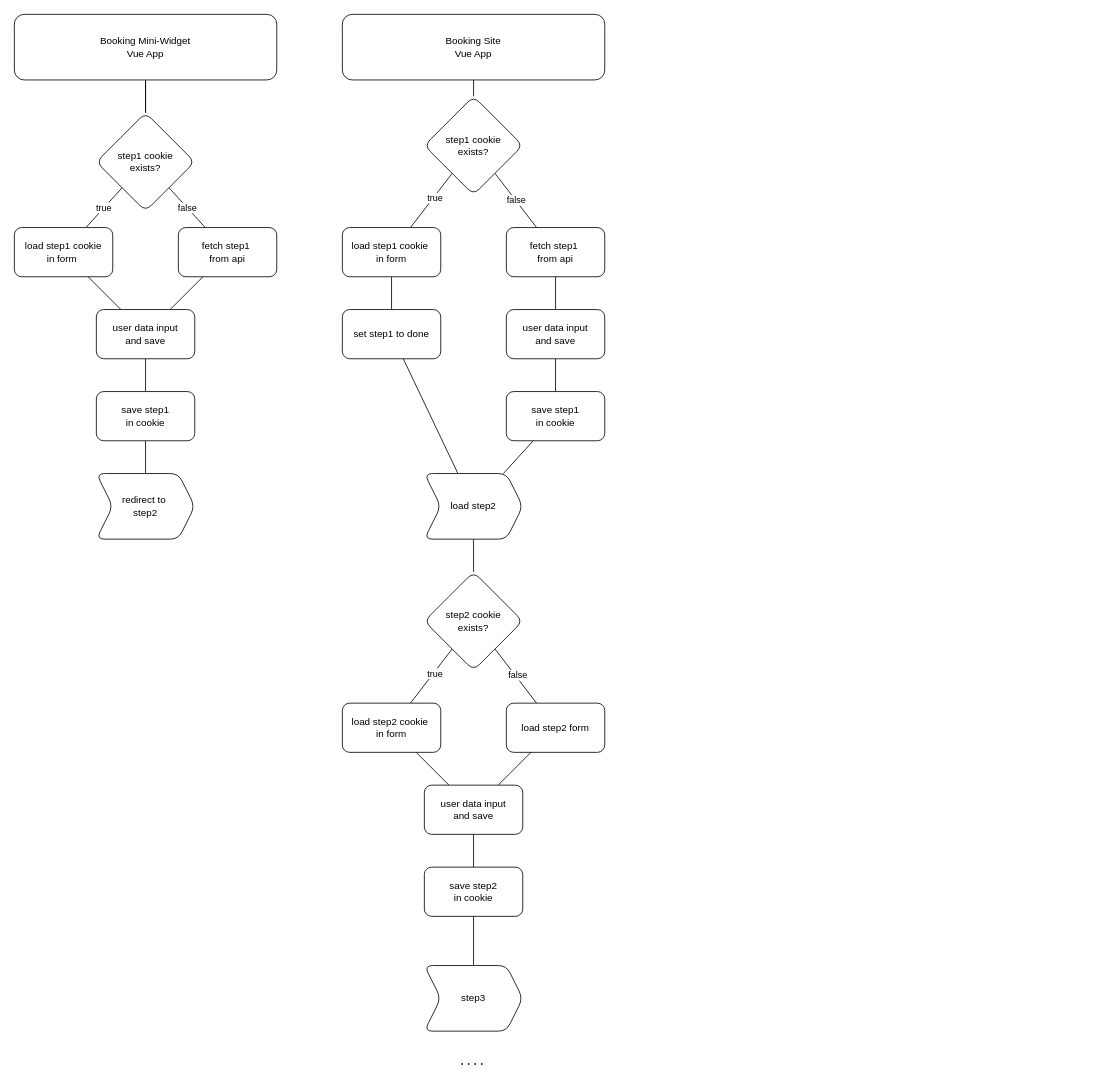
Earlier version of the draw.io diagram Arctic Campers.drawio (eugenregehr/diagrams). Source tidied: cells renumbered, new cells numbered last; positions are measured from the earlier drawing's top-left corner, leaving out a move shared by most shapes. Both pictures are drawn from the tidied source at 82%, with x=0, y=0 at pixel (14, 14).
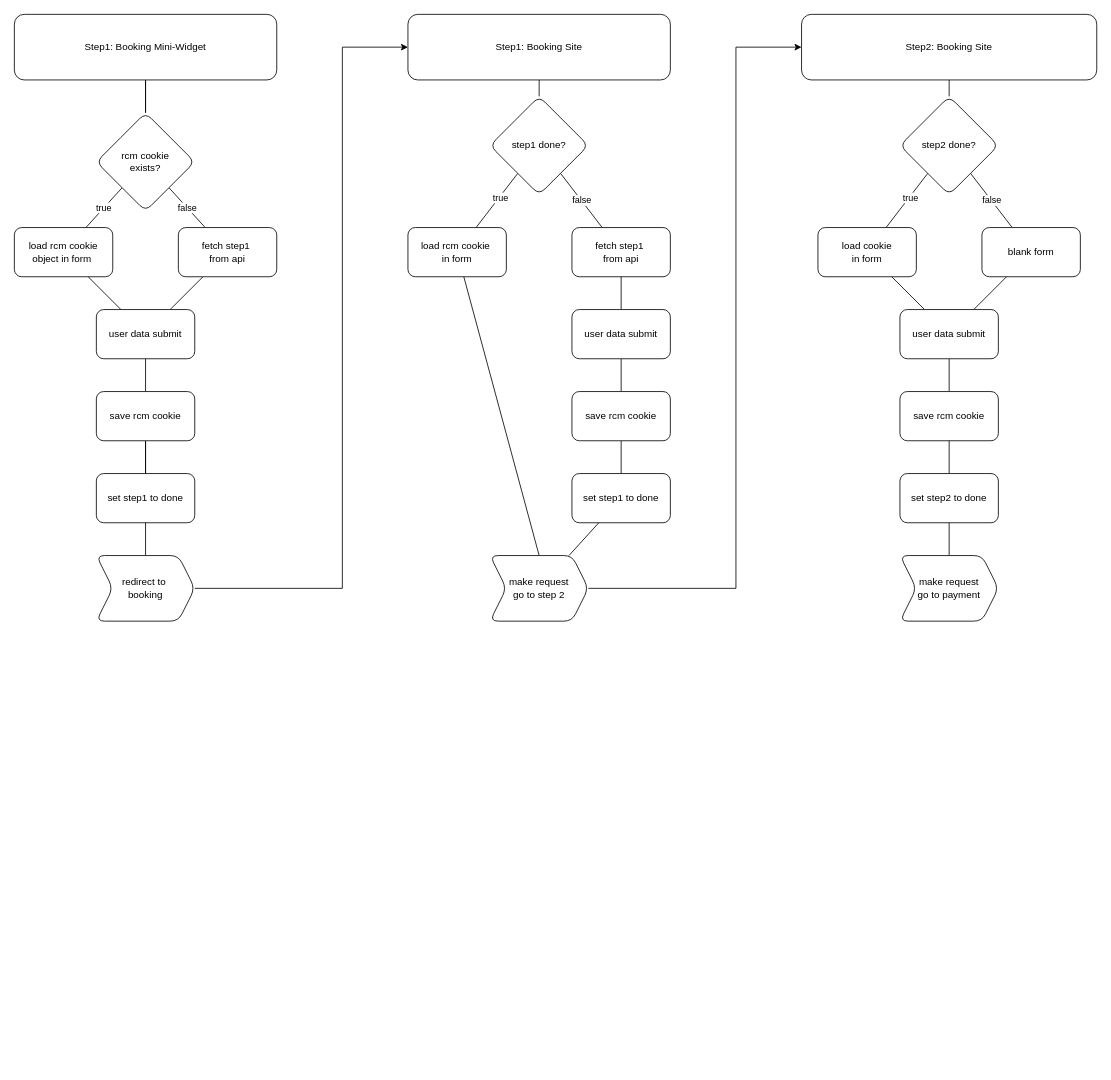
The same diagram, later.

Change to the diagram source:
```diff
@@
-    <mxCell id="4" value="Booking Mini-Widget&lt;br&gt;Vue App" style="rounded=1;whiteSpace=wrap;html=1;" parent="1" vertex="1">
+    <mxCell id="4" value="Step1: Booking Mini-Widget" style="rounded=1;whiteSpace=wrap;html=1;" parent="1" vertex="1">
       <mxGeometry width="320" height="80" as="geometry" />
     </mxCell>
-    <mxCell id="5" style="edgeStyle=none;rounded=0;jettySize=auto;html=1;endArrow=none;endFill=0;strokeColor=default;" parent="1" edge="1" source="6" target="10">
+    <mxCell id="5" style="edgeStyle=none;rounded=0;jettySize=auto;html=1;endArrow=none;endFill=0;strokeColor=default;labelBackgroundColor=default;fontColor=default;" parent="1" edge="1" source="6" target="10">
       <mxGeometry relative="1" as="geometry" />
     </mxCell>
-    <mxCell id="6" value="Booking Site&lt;br&gt;Vue App" style="rounded=1;whiteSpace=wrap;html=1;" parent="1" vertex="1">
-      <mxGeometry x="400" width="320" height="80" as="geometry" />
+    <mxCell id="6" value="Step1: Booking Site" style="rounded=1;whiteSpace=wrap;html=1;labelBackgroundColor=default;fontColor=default;" parent="1" vertex="1">
+      <mxGeometry x="480" width="320" height="80" as="geometry" />
     </mxCell>
-    <mxCell id="7" value="false" style="edgeStyle=none;rounded=0;jettySize=auto;html=1;endArrow=none;endFill=0;strokeColor=default;" parent="1" edge="1" source="10" target="14">
+    <mxCell id="7" value="false" style="edgeStyle=none;rounded=0;jettySize=auto;html=1;endArrow=none;endFill=0;strokeColor=default;labelBackgroundColor=default;fontColor=default;" parent="1" edge="1" source="10" target="14">
       <mxGeometry relative="1" as="geometry" />
     </mxCell>
-    <mxCell id="8" style="edgeStyle=none;rounded=0;jettySize=auto;html=1;endArrow=none;endFill=0;strokeColor=default;" parent="1" edge="1" source="10" target="16">
+    <mxCell id="8" style="edgeStyle=none;rounded=0;jettySize=auto;html=1;endArrow=none;endFill=0;strokeColor=default;labelBackgroundColor=default;fontColor=default;" parent="1" edge="1" source="10" target="16">
       <mxGeometry relative="1" as="geometry" />
     </mxCell>
-    <mxCell id="9" value="true" style="edgeLabel;html=1;align=center;verticalAlign=middle;" parent="8" vertex="1">
+    <mxCell id="9" value="true" style="edgeLabel;html=1;align=center;verticalAlign=middle;labelBackgroundColor=default;fontColor=default;" parent="8" vertex="1">
       <mxGeometry x="-0.14" y="1" relative="1" as="geometry" />
     </mxCell>
-    <mxCell id="10" value="step1 cookie&lt;br&gt;exists?" style="rhombus;whiteSpace=wrap;html=1;rounded=1;" parent="1" vertex="1">
-      <mxGeometry x="500" y="100" width="120" height="120" as="geometry" />
+    <mxCell id="10" value="step1 done?" style="rhombus;whiteSpace=wrap;html=1;rounded=1;labelBackgroundColor=default;fontColor=default;" parent="1" vertex="1">
+      <mxGeometry x="580" y="100" width="120" height="120" as="geometry" />
     </mxCell>
@@
-    <mxCell id="13" value="step1 cookie&lt;br&gt;exists?" style="rhombus;whiteSpace=wrap;html=1;rounded=1;" parent="1" vertex="1">
+    <mxCell id="13" value="rcm cookie&lt;br&gt;exists?" style="rhombus;whiteSpace=wrap;html=1;rounded=1;" parent="1" vertex="1">
       <mxGeometry x="100" y="120" width="120" height="120" as="geometry" />
     </mxCell>
-    <mxCell id="14" value="&lt;span&gt;fetch step1&amp;nbsp;&lt;/span&gt;&lt;br&gt;&lt;span&gt;from api&lt;/span&gt;" style="whiteSpace=wrap;html=1;rounded=1;" parent="1" vertex="1">
-      <mxGeometry x="600" y="260" width="120" height="60" as="geometry" />
+    <mxCell id="14" value="&lt;span&gt;fetch step1&amp;nbsp;&lt;/span&gt;&lt;br&gt;&lt;span&gt;from api&lt;/span&gt;" style="whiteSpace=wrap;html=1;rounded=1;labelBackgroundColor=default;fontColor=default;" parent="1" vertex="1">
+      <mxGeometry x="680" y="260" width="120" height="60" as="geometry" />
     </mxCell>
-    <mxCell id="15" style="edgeStyle=none;rounded=0;jettySize=auto;html=1;endArrow=none;endFill=0;strokeColor=default;" parent="1" edge="1" source="16" target="30">
+    <mxCell id="15" style="edgeStyle=none;rounded=0;jettySize=auto;html=1;endArrow=none;endFill=0;strokeColor=default;labelBackgroundColor=default;fontColor=default;entryX=0.5;entryY=0;entryDx=0;entryDy=0;" parent="1" edge="1" source="16" target="34">
       <mxGeometry relative="1" as="geometry" />
     </mxCell>
-    <mxCell id="16" value="load step1 cookie&amp;nbsp;&lt;br&gt;in form" style="whiteSpace=wrap;html=1;rounded=1;" parent="1" vertex="1">
-      <mxGeometry x="400" y="260" width="120" height="60" as="geometry" />
+    <mxCell id="16" value="load rcm cookie&amp;nbsp;&lt;br&gt;in form" style="whiteSpace=wrap;html=1;rounded=1;labelBackgroundColor=default;fontColor=default;fillColor=default;strokeColor=default;" parent="1" vertex="1">
+      <mxGeometry x="480" y="260" width="120" height="60" as="geometry" />
     </mxCell>
@@
-    <mxCell id="19" value="load step1 cookie&lt;br&gt;in form&amp;nbsp;" style="whiteSpace=wrap;html=1;rounded=1;" parent="1" vertex="1">
+    <mxCell id="19" value="load rcm cookie&lt;br&gt;object in form&amp;nbsp;" style="whiteSpace=wrap;html=1;rounded=1;" parent="1" vertex="1">
       <mxGeometry y="260" width="120" height="60" as="geometry" />
     </mxCell>
@@
-    <mxCell id="22" value="user data input&lt;br&gt;and save" style="whiteSpace=wrap;html=1;rounded=1;" parent="1" vertex="1">
+    <mxCell id="22" value="user data&amp;nbsp;submit" style="whiteSpace=wrap;html=1;rounded=1;" parent="1" vertex="1">
       <mxGeometry x="100" y="360" width="120" height="60" as="geometry" />
     </mxCell>
-    <mxCell id="23" style="edgeStyle=none;rounded=0;jettySize=auto;html=1;endArrow=none;endFill=0;strokeColor=default;" parent="1" edge="1" source="24" target="25">
+    <mxCell id="23" style="edgeStyle=none;rounded=0;jettySize=auto;html=1;endArrow=none;endFill=0;strokeColor=default;labelBackgroundColor=default;fontColor=default;" parent="1" edge="1" source="24" target="25">
       <mxGeometry relative="1" as="geometry" />
     </mxCell>
+    <mxCell id="50" style="edgeStyle=orthogonalEdgeStyle;rounded=0;jettySize=auto;html=1;labelBackgroundColor=default;fontColor=default;endArrow=none;endFill=0;strokeColor=default;" parent="1" edge="1" source="24" target="60">
+      <mxGeometry relative="1" as="geometry" />
+    </mxCell>
-    <mxCell id="24" value="save step1 &lt;br&gt;in cookie" style="whiteSpace=wrap;html=1;rounded=1;" parent="1" vertex="1">
+    <mxCell id="24" value="save rcm&amp;nbsp;cookie" style="whiteSpace=wrap;html=1;rounded=1;fillColor=default;strokeColor=default;fontColor=default;" parent="1" vertex="1">
       <mxGeometry x="100" y="460" width="120" height="60" as="geometry" />
     </mxCell>
+    <mxCell id="51" style="rounded=0;jettySize=auto;html=1;labelBackgroundColor=default;fontColor=default;endArrow=classic;endFill=1;strokeColor=default;edgeStyle=orthogonalEdgeStyle;" parent="1" edge="1" source="25" target="6">
+      <mxGeometry relative="1" as="geometry">
+        <Array as="points">
+          <mxPoint x="400" y="700" />
+          <mxPoint x="400" y="40" />
+        </Array>
+      </mxGeometry>
+    </mxCell>
-    <mxCell id="25" value="redirect to&amp;nbsp;&lt;br&gt;step2" style="shape=step;perimeter=stepPerimeter;whiteSpace=wrap;html=1;fixedSize=1;rounded=1;" parent="1" vertex="1">
-      <mxGeometry x="100" y="560" width="120" height="80" as="geometry" />
+    <mxCell id="25" value="redirect to&amp;nbsp;&lt;br&gt;booking" style="shape=step;perimeter=stepPerimeter;whiteSpace=wrap;html=1;fixedSize=1;rounded=1;fillColor=default;strokeColor=default;fontColor=default;" parent="1" vertex="1">
+      <mxGeometry x="100" y="660" width="120" height="80" as="geometry" />
     </mxCell>
-    <mxCell id="26" style="edgeStyle=none;rounded=0;jettySize=auto;html=1;endArrow=none;endFill=0;strokeColor=default;" parent="1" edge="1" source="28" target="14">
+    <mxCell id="26" style="edgeStyle=none;rounded=0;jettySize=auto;html=1;endArrow=none;endFill=0;strokeColor=default;labelBackgroundColor=default;fontColor=default;" parent="1" edge="1" source="28" target="14">
       <mxGeometry relative="1" as="geometry" />
     </mxCell>
-    <mxCell id="27" style="edgeStyle=none;rounded=0;jettySize=auto;html=1;endArrow=none;endFill=0;strokeColor=default;" parent="1" edge="1" source="28" target="31">
+    <mxCell id="27" style="edgeStyle=none;rounded=0;jettySize=auto;html=1;endArrow=none;endFill=0;strokeColor=default;labelBackgroundColor=default;fontColor=default;" parent="1" edge="1" source="28" target="31">
       <mxGeometry relative="1" as="geometry" />
     </mxCell>
-    <mxCell id="28" value="user data input&lt;br&gt;and save" style="whiteSpace=wrap;html=1;rounded=1;" parent="1" vertex="1">
-      <mxGeometry x="600" y="360" width="120" height="60" as="geometry" />
+    <mxCell id="28" value="user data&amp;nbsp;submit" style="whiteSpace=wrap;html=1;rounded=1;labelBackgroundColor=default;fontColor=default;" parent="1" vertex="1">
+      <mxGeometry x="680" y="360" width="120" height="60" as="geometry" />
     </mxCell>
-    <mxCell id="29" style="edgeStyle=none;rounded=0;jettySize=auto;html=1;endArrow=none;endFill=0;strokeColor=default;" parent="1" edge="1" source="30" target="34">
+    <mxCell id="29" style="edgeStyle=none;rounded=0;jettySize=auto;html=1;endArrow=none;endFill=0;strokeColor=default;labelBackgroundColor=default;fontColor=default;" parent="1" edge="1" source="30" target="34">
       <mxGeometry relative="1" as="geometry" />
     </mxCell>
-    <mxCell id="30" value="set step1 to done" style="whiteSpace=wrap;html=1;rounded=1;" parent="1" vertex="1">
-      <mxGeometry x="400" y="360" width="120" height="60" as="geometry" />
+    <mxCell id="30" value="set step1 to done" style="whiteSpace=wrap;html=1;rounded=1;fillColor=default;strokeColor=default;fontColor=default;labelBackgroundColor=default;" parent="1" vertex="1">
+      <mxGeometry x="680" y="560" width="120" height="60" as="geometry" />
     </mxCell>
+    <mxCell id="52" style="rounded=0;jettySize=auto;html=1;labelBackgroundColor=default;fontColor=default;strokeColor=default;endArrow=none;endFill=0;" parent="1" edge="1" source="31" target="30">
+      <mxGeometry relative="1" as="geometry" />
+    </mxCell>
-    <mxCell id="31" value="save step1 &lt;br&gt;in cookie" style="whiteSpace=wrap;html=1;rounded=1;" parent="1" vertex="1">
-      <mxGeometry x="600" y="460" width="120" height="60" as="geometry" />
+    <mxCell id="31" value="save rcm&amp;nbsp;cookie" style="whiteSpace=wrap;html=1;rounded=1;fillColor=default;strokeColor=default;fontColor=default;labelBackgroundColor=default;" parent="1" vertex="1">
+      <mxGeometry x="680" y="460" width="120" height="60" as="geometry" />
     </mxCell>
-    <mxCell id="32" style="edgeStyle=none;rounded=0;jettySize=auto;html=1;endArrow=none;endFill=0;strokeColor=default;" parent="1" edge="1" source="34" target="31">
-      <mxGeometry relative="1" as="geometry" />
-    </mxCell>
-    <mxCell id="33" style="edgeStyle=none;rounded=0;jettySize=auto;html=1;endArrow=none;endFill=0;strokeColor=default;" parent="1" edge="1" source="34" target="39">
-      <mxGeometry relative="1" as="geometry" />
-    </mxCell>
+    <mxCell id="53" style="edgeStyle=orthogonalEdgeStyle;rounded=0;jettySize=auto;html=1;labelBackgroundColor=default;fontColor=default;endArrow=classic;endFill=1;strokeColor=default;" parent="1" edge="1" source="34" target="61">
+      <mxGeometry relative="1" as="geometry">
+        <Array as="points">
+          <mxPoint x="880" y="700" />
+          <mxPoint x="880" y="40" />
+        </Array>
+      </mxGeometry>
+    </mxCell>
-    <mxCell id="34" value="load step2" style="shape=step;perimeter=stepPerimeter;whiteSpace=wrap;html=1;fixedSize=1;rounded=1;" parent="1" vertex="1">
-      <mxGeometry x="500" y="560" width="120" height="80" as="geometry" />
+    <mxCell id="34" value="make request&lt;br&gt;go to step 2" style="shape=step;perimeter=stepPerimeter;whiteSpace=wrap;html=1;fixedSize=1;rounded=1;fillColor=default;strokeColor=default;fontColor=default;labelBackgroundColor=default;" parent="1" vertex="1">
+      <mxGeometry x="580" y="660" width="120" height="80" as="geometry" />
     </mxCell>
-    <mxCell id="35" style="edgeStyle=none;rounded=0;jettySize=auto;html=1;endArrow=none;endFill=0;strokeColor=default;" parent="1" edge="1" source="39" target="42">
-      <mxGeometry relative="1" as="geometry" />
-    </mxCell>
+    <mxCell id="38" value="false" style="edgeStyle=none;rounded=0;jettySize=auto;html=1;endArrow=none;endFill=0;strokeColor=default;labelBackgroundColor=default;fontColor=default;" parent="1" edge="1" source="56" target="57">
+      <mxGeometry relative="1" as="geometry" />
+    </mxCell>
+    <mxCell id="54" style="edgeStyle=none;rounded=0;jettySize=auto;html=1;endArrow=none;endFill=0;strokeColor=default;labelBackgroundColor=default;fontColor=default;" parent="1" edge="1" source="56" target="59">
+      <mxGeometry relative="1" as="geometry" />
+    </mxCell>
-    <mxCell id="36" value="true" style="edgeLabel;html=1;align=center;verticalAlign=middle;" parent="35" vertex="1">
-      <mxGeometry x="-0.11" y="1" relative="1" as="geometry" />
+    <mxCell id="36" value="true" style="edgeLabel;html=1;align=center;verticalAlign=middle;labelBackgroundColor=default;fontColor=default;" parent="54" vertex="1">
+      <mxGeometry x="-0.14" y="1" relative="1" as="geometry" />
     </mxCell>
-    <mxCell id="37" style="edgeStyle=none;rounded=0;jettySize=auto;html=1;endArrow=none;endFill=0;strokeColor=default;" parent="1" edge="1" source="39" target="41">
-      <mxGeometry relative="1" as="geometry" />
-    </mxCell>
-    <mxCell id="38" value="false" style="edgeLabel;html=1;align=center;verticalAlign=middle;" parent="37" vertex="1">
-      <mxGeometry y="2" relative="1" as="geometry" />
-    </mxCell>
-    <mxCell id="39" value="step2 cookie&lt;br&gt;exists?" style="rhombus;whiteSpace=wrap;html=1;rounded=1;" parent="1" vertex="1">
-      <mxGeometry x="500" y="680" width="120" height="120" as="geometry" />
-    </mxCell>
-    <mxCell id="40" style="edgeStyle=none;rounded=0;jettySize=auto;html=1;endArrow=none;endFill=0;strokeColor=default;" parent="1" edge="1" source="41" target="45">
-      <mxGeometry relative="1" as="geometry" />
-    </mxCell>
-    <mxCell id="41" value="load step2 form" style="whiteSpace=wrap;html=1;rounded=1;" parent="1" vertex="1">
-      <mxGeometry x="600" y="840" width="120" height="60" as="geometry" />
-    </mxCell>
-    <mxCell id="42" value="load step2 cookie&amp;nbsp;&lt;br&gt;in form" style="whiteSpace=wrap;html=1;rounded=1;" parent="1" vertex="1">
-      <mxGeometry x="400" y="840" width="120" height="60" as="geometry" />
-    </mxCell>
-    <mxCell id="43" style="edgeStyle=none;rounded=0;jettySize=auto;html=1;endArrow=none;endFill=0;strokeColor=default;" parent="1" edge="1" source="45" target="42">
-      <mxGeometry relative="1" as="geometry" />
-    </mxCell>
-    <mxCell id="44" style="edgeStyle=none;rounded=0;jettySize=auto;html=1;endArrow=none;endFill=0;strokeColor=default;" parent="1" edge="1" source="45" target="47">
-      <mxGeometry relative="1" as="geometry" />
-    </mxCell>
-    <mxCell id="45" value="user data input&lt;br&gt;and save" style="whiteSpace=wrap;html=1;rounded=1;" parent="1" vertex="1">
-      <mxGeometry x="500" y="940" width="120" height="60" as="geometry" />
-    </mxCell>
-    <mxCell id="46" style="edgeStyle=none;rounded=0;jettySize=auto;html=1;endArrow=none;endFill=0;strokeColor=default;" parent="1" edge="1" source="47" target="48">
-      <mxGeometry relative="1" as="geometry" />
-    </mxCell>
-    <mxCell id="47" value="save step2 &lt;br&gt;in cookie" style="whiteSpace=wrap;html=1;rounded=1;" parent="1" vertex="1">
-      <mxGeometry x="500" y="1040" width="120" height="60" as="geometry" />
-    </mxCell>
-    <mxCell id="48" value="step3" style="shape=step;perimeter=stepPerimeter;whiteSpace=wrap;html=1;fixedSize=1;rounded=1;" parent="1" vertex="1">
-      <mxGeometry x="500" y="1160" width="120" height="80" as="geometry" />
-    </mxCell>
-    <mxCell id="49" style="endArrow=none;dashed=1;html=1;dashPattern=1 3;strokeWidth=2;rounded=0;" parent="1" edge="1">
-      <mxGeometry relative="1" as="geometry">
-        <mxPoint x="545" y="1280" as="sourcePoint" />
-        <mxPoint x="575" y="1280" as="targetPoint" />
-      </mxGeometry>
-    </mxCell>
+    <mxCell id="55" style="rounded=0;jettySize=auto;html=1;labelBackgroundColor=default;fontColor=default;endArrow=none;endFill=0;strokeColor=default;" parent="1" edge="1" source="56" target="61">
+      <mxGeometry relative="1" as="geometry" />
+    </mxCell>
+    <mxCell id="56" value="step2 done?" style="rhombus;whiteSpace=wrap;html=1;rounded=1;labelBackgroundColor=default;fontColor=default;strokeColor=default;fillColor=default;" parent="1" vertex="1">
+      <mxGeometry x="1080" y="100" width="120" height="120" as="geometry" />
+    </mxCell>
+    <mxCell id="57" value="blank form" style="whiteSpace=wrap;html=1;rounded=1;labelBackgroundColor=default;fontColor=default;strokeColor=default;" parent="1" vertex="1">
+      <mxGeometry x="1180" y="260" width="120" height="60" as="geometry" />
+    </mxCell>
+    <mxCell id="58" style="edgeStyle=none;rounded=0;jettySize=auto;html=1;labelBackgroundColor=default;fontColor=default;endArrow=none;endFill=0;strokeColor=default;" parent="1" edge="1" source="59" target="64">
+      <mxGeometry relative="1" as="geometry" />
+    </mxCell>
+    <mxCell id="59" value="load cookie &lt;br&gt;in form" style="whiteSpace=wrap;html=1;rounded=1;labelBackgroundColor=default;fontColor=default;strokeColor=default;fillColor=default;" parent="1" vertex="1">
+      <mxGeometry x="980" y="260" width="120" height="60" as="geometry" />
+    </mxCell>
+    <mxCell id="60" value="set step1 to done" style="whiteSpace=wrap;html=1;rounded=1;fillColor=default;strokeColor=default;fontColor=default;" parent="1" vertex="1">
+      <mxGeometry x="100" y="560" width="120" height="60" as="geometry" />
+    </mxCell>
+    <mxCell id="61" value="Step2: Booking Site" style="rounded=1;whiteSpace=wrap;html=1;labelBackgroundColor=default;fontColor=default;fillColor=default;strokeColor=default;" parent="1" vertex="1">
+      <mxGeometry x="960" width="360" height="80" as="geometry" />
+    </mxCell>
+    <mxCell id="62" style="edgeStyle=none;rounded=0;jettySize=auto;html=1;labelBackgroundColor=default;fontColor=default;endArrow=none;endFill=0;strokeColor=default;" parent="1" edge="1" source="64" target="57">
+      <mxGeometry relative="1" as="geometry" />
+    </mxCell>
+    <mxCell id="63" style="edgeStyle=none;rounded=0;jettySize=auto;html=1;labelBackgroundColor=default;fontColor=default;endArrow=none;endFill=0;strokeColor=default;" parent="1" edge="1" source="64" target="65">
+      <mxGeometry relative="1" as="geometry" />
+    </mxCell>
+    <mxCell id="64" value="user data&amp;nbsp;submit" style="whiteSpace=wrap;html=1;rounded=1;labelBackgroundColor=default;fontColor=default;fillColor=default;strokeColor=default;" parent="1" vertex="1">
+      <mxGeometry x="1080" y="360" width="120" height="60" as="geometry" />
+    </mxCell>
+    <mxCell id="65" value="save rcm&amp;nbsp;cookie" style="whiteSpace=wrap;html=1;rounded=1;fillColor=default;strokeColor=default;fontColor=default;labelBackgroundColor=default;" parent="1" vertex="1">
+      <mxGeometry x="1080" y="460" width="120" height="60" as="geometry" />
+    </mxCell>
+    <mxCell id="66" style="edgeStyle=none;rounded=0;jettySize=auto;html=1;labelBackgroundColor=default;fontColor=default;endArrow=none;endFill=0;strokeColor=default;" parent="1" edge="1" source="67" target="65">
+      <mxGeometry relative="1" as="geometry" />
+    </mxCell>
+    <mxCell id="67" value="set step2 to done" style="whiteSpace=wrap;html=1;rounded=1;fillColor=default;strokeColor=default;fontColor=default;labelBackgroundColor=default;" parent="1" vertex="1">
+      <mxGeometry x="1080" y="560" width="120" height="60" as="geometry" />
+    </mxCell>
+    <mxCell id="68" style="edgeStyle=none;rounded=0;jettySize=auto;html=1;labelBackgroundColor=default;fontColor=default;endArrow=none;endFill=0;strokeColor=default;" parent="1" edge="1" source="69" target="67">
+      <mxGeometry relative="1" as="geometry" />
+    </mxCell>
+    <mxCell id="69" value="make request&lt;br&gt;go to payment" style="shape=step;perimeter=stepPerimeter;whiteSpace=wrap;html=1;fixedSize=1;rounded=1;fillColor=default;strokeColor=default;fontColor=default;labelBackgroundColor=default;" parent="1" vertex="1">
+      <mxGeometry x="1080" y="660" width="120" height="80" as="geometry" />
+    </mxCell>
```
